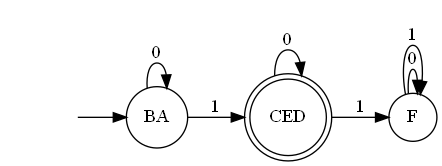
Before: tfm/static/imagem/AFD_MIN.gv.png, a diagram exported from Graphviz (LPfontes/projeto_ling_formal). Its source is kept beside it as tfm/static/imagem/AFD_MIN.gv.
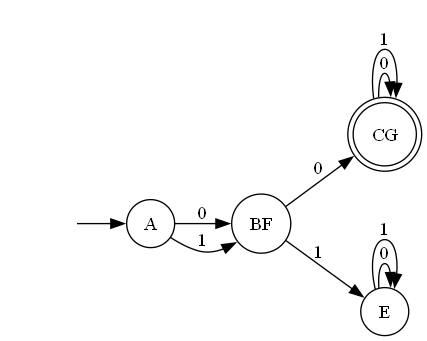
After the change.

Diff of the diagram source:
```diff
@@ -1,14 +1,17 @@
 digraph "tfm\static\imagem\AFD_MIN" {
 	graph [rankdir=LR]
 	"" [label="" shape=plaintext]
-	CED [label=CED shape=doublecircle]
-	BA [label=BA shape=circle]
-	F [label=F shape=circle]
-	"" -> BA [label=""]
-	BA -> BA [label=0]
-	BA -> CED [label=1]
-	CED -> CED [label=0]
-	CED -> F [label=1]
-	F -> F [label=0]
-	F -> F [label=1]
+	CG [label=CG shape=doublecircle]
+	BF [label=BF shape=circle]
+	A [label=A shape=circle]
+	E [label=E shape=circle]
+	"" -> A [label=""]
+	A -> BF [label=0]
+	A -> BF [label=1]
+	BF -> CG [label=0]
+	BF -> E [label=1]
+	CG -> CG [label=0]
+	CG -> CG [label=1]
+	E -> E [label=0]
+	E -> E [label=1]
 }
```
